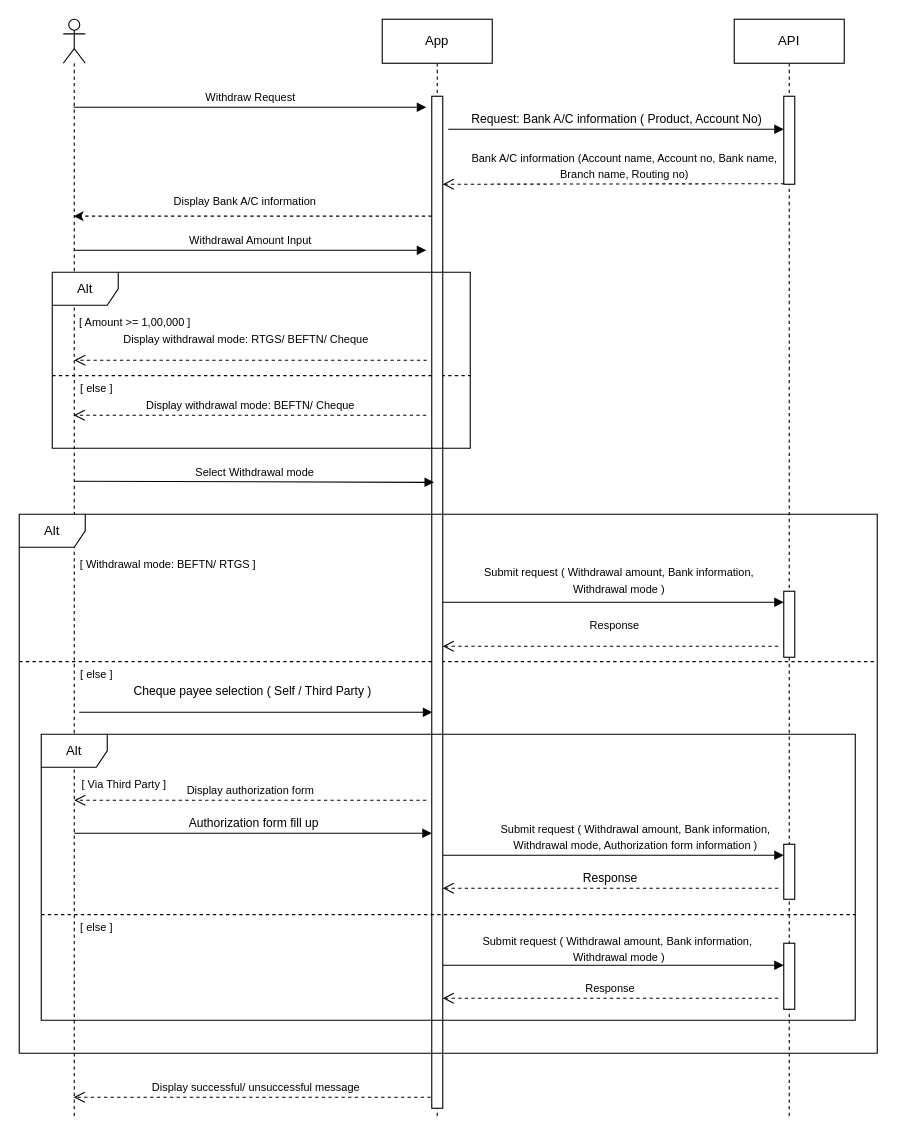
Eritra064/test_repo keeps this draw.io diagram as src/assets/withdraw_sequence.drawio. Above is the earlier version. Source tidied: cells renumbered, new cells numbered last; positions are measured from the earlier drawing's top-left corner, leaving out a move shared by most shapes. Both pictures are drawn from the tidied source at 110%, with x=0, y=0 at pixel (19, 19).
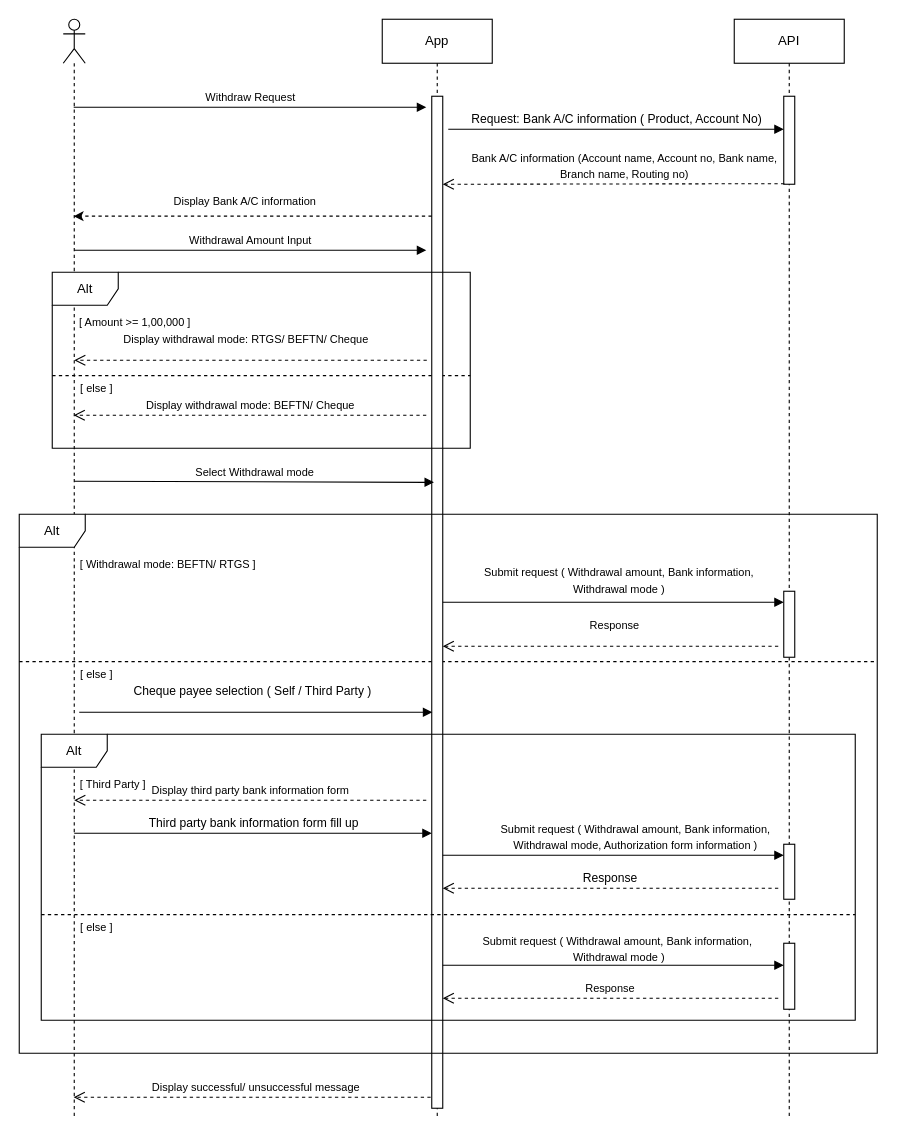
After the change.

The change refers to these unchanged cells:
```xml
<mxCell id="7" style="html=1;points=[[0,0,0,0,5],[0,1,0,0,-5],[1,0,0,0,5],[1,1,0,0,-5]];perimeter=orthogonalPerimeter;outlineConnect=0;targetShapes=umlLifeline;portConstraint=eastwest;newEdgeStyle={&quot;curved&quot;:0,&quot;rounded&quot;:0};" parent="6" vertex="1">
  <mxGeometry x="45" y="70" width="10" height="920" as="geometry" />
</mxCell>
```

The edit, as a diff of the source:
```diff
@@
-    <mxCell id="30" value="&lt;font style=&quot;font-size: 10px;&quot;&gt;[ Via Third Party ]&lt;/font&gt;" style="text;html=1;align=center;verticalAlign=middle;strokeColor=none;fillColor=none;" parent="1" vertex="1">
-      <mxGeometry x="45" y="680" width="100" height="30" as="geometry" />
+    <mxCell id="30" value="&lt;font style=&quot;font-size: 10px;&quot;&gt;[ Third Party ]&lt;/font&gt;" style="text;html=1;align=center;verticalAlign=middle;strokeColor=none;fillColor=none;" parent="1" vertex="1">
+      <mxGeometry x="45" y="680" width="80" height="30" as="geometry" />
     </mxCell>
-    <mxCell id="31" value="&lt;font style=&quot;font-size: 10px;&quot;&gt;Display authorization form&lt;/font&gt;" style="html=1;verticalAlign=bottom;endArrow=open;dashed=1;endSize=8;curved=0;rounded=0;" parent="1" edge="1">
+    <mxCell id="31" value="&lt;font style=&quot;font-size: 10px;&quot;&gt;Display third party bank information form&lt;/font&gt;" style="html=1;verticalAlign=bottom;endArrow=open;dashed=1;endSize=8;curved=0;rounded=0;" parent="1" edge="1">
       <mxGeometry relative="1" as="geometry">
         <mxPoint x="370" y="710" as="sourcePoint" />
         <mxPoint x="50" y="710" as="targetPoint" />
       </mxGeometry>
     </mxCell>
-    <mxCell id="32" value="Authorization form fill up" style="html=1;verticalAlign=bottom;endArrow=block;curved=0;rounded=0;" parent="1" edge="1" target="7">
+    <mxCell id="32" value="Third party bank information form fill up" style="html=1;verticalAlign=bottom;endArrow=block;curved=0;rounded=0;" parent="1" edge="1" target="7">
       <mxGeometry relative="1" as="geometry">
         <mxPoint x="50" y="740" as="sourcePoint" />
       </mxGeometry>
     </mxCell>
```
